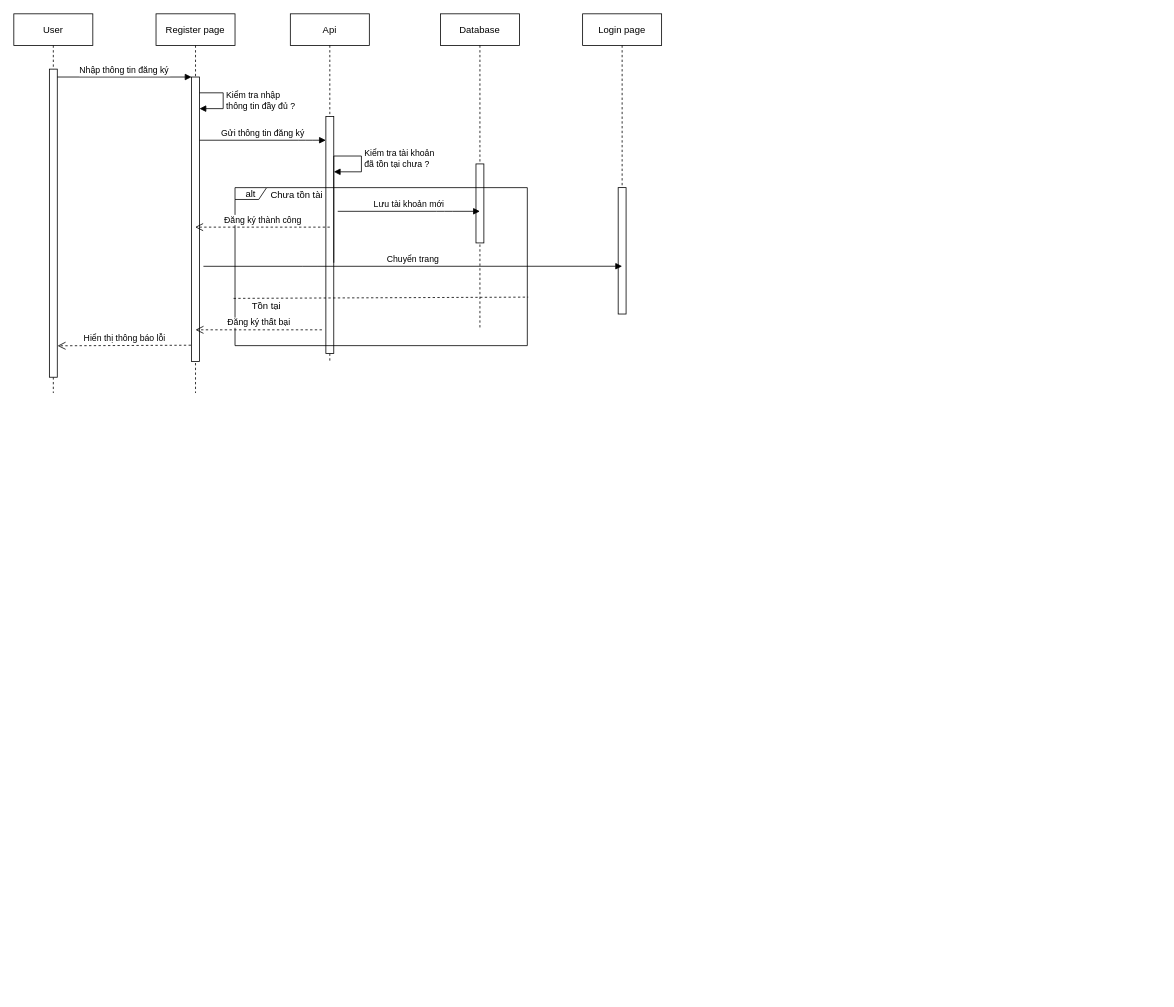
Before: Use-case/squence-diagram-register.drawio in thanhhuydev77/ErrorMonitoring_Doc, a draw.io diagram. Source tidied: cells renumbered, new cells numbered last; positions are measured from the earlier drawing's top-left corner, leaving out a move shared by most shapes. Both pictures are drawn from the tidied source at 79%, with x=0, y=0 at pixel (13, 13).
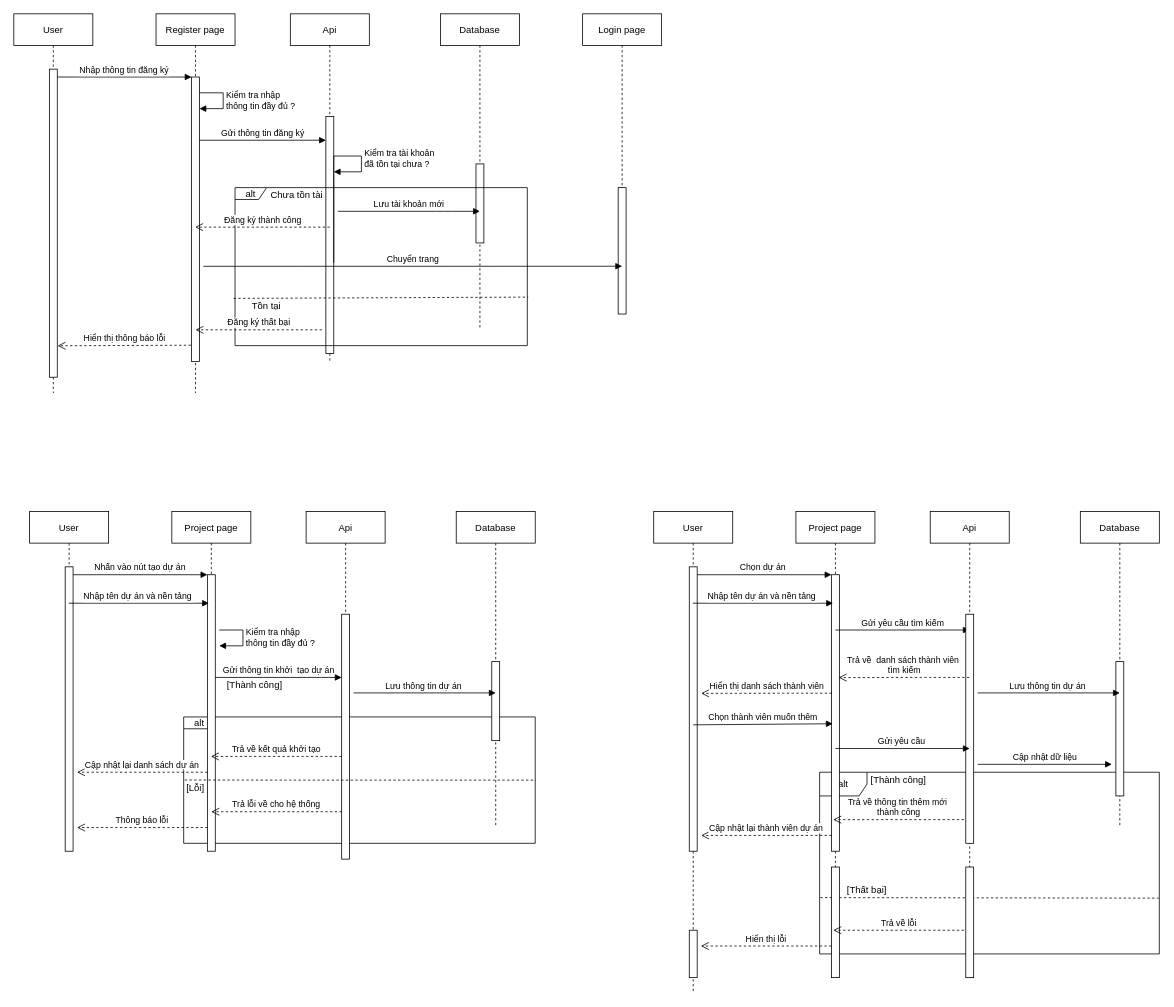
The same page after the edit.

What changed in the source:
```diff
@@
+    <mxCell id="25" value="alt" style="shape=umlFrame;whiteSpace=wrap;html=1;" parent="1" vertex="1">
+      <mxGeometry x="1020" y="960" width="430" height="230" as="geometry" />
+    </mxCell>
+    <mxCell id="26" value="alt" style="shape=umlFrame;whiteSpace=wrap;html=1;width=40;height=15;" parent="1" vertex="1">
+      <mxGeometry x="215" y="890" width="445" height="160" as="geometry" />
+    </mxCell>
@@
+    <mxCell id="27" value="User" style="shape=umlLifeline;perimeter=lifelinePerimeter;rounded=0;shadow=0;strokeWidth=1;" parent="1" vertex="1">
+      <mxGeometry x="20" y="630" width="100" height="430" as="geometry" />
+    </mxCell>
+    <mxCell id="28" style="points=[];perimeter=orthogonalPerimeter;rounded=0;shadow=0;strokeWidth=1;" parent="27" vertex="1">
+      <mxGeometry x="45" y="70" width="10" height="360" as="geometry" />
+    </mxCell>
+    <mxCell id="29" value="Project page" style="shape=umlLifeline;perimeter=lifelinePerimeter;rounded=0;shadow=0;strokeWidth=1;" parent="1" vertex="1">
+      <mxGeometry x="200" y="630" width="100" height="430" as="geometry" />
+    </mxCell>
+    <mxCell id="30" style="points=[];perimeter=orthogonalPerimeter;rounded=0;shadow=0;strokeWidth=1;" parent="29" vertex="1">
+      <mxGeometry x="45" y="80" width="10" height="350" as="geometry" />
+    </mxCell>
+    <mxCell id="31" value="Nhấn vào nút tạo dự án" style="verticalAlign=bottom;endArrow=block;entryX=0;entryY=0;shadow=0;strokeWidth=1;" parent="1" edge="1" source="28" target="30">
+      <mxGeometry relative="1" as="geometry" />
+    </mxCell>
+    <mxCell id="32" value="Api" style="shape=umlLifeline;perimeter=lifelinePerimeter;rounded=0;shadow=0;strokeWidth=1;" parent="1" vertex="1">
+      <mxGeometry x="370" y="630" width="100" height="440" as="geometry" />
+    </mxCell>
+    <mxCell id="33" style="points=[];perimeter=orthogonalPerimeter;rounded=0;shadow=0;strokeWidth=1;" parent="32" vertex="1">
+      <mxGeometry x="45" y="130" width="10" height="310" as="geometry" />
+    </mxCell>
+    <mxCell id="34" value="Database" style="shape=umlLifeline;perimeter=lifelinePerimeter;rounded=0;shadow=0;strokeWidth=1;" parent="1" vertex="1">
+      <mxGeometry x="560" y="630" width="100" height="400" as="geometry" />
+    </mxCell>
+    <mxCell id="35" style="perimeter=orthogonalPerimeter;rounded=0;shadow=0;strokeWidth=1;" parent="34" vertex="1">
+      <mxGeometry x="45" y="190" width="10" height="100" as="geometry" />
+    </mxCell>
+    <mxCell id="36" value="Kiểm tra nhập&amp;nbsp;&lt;br&gt;thông tin đầy đủ ?" style="edgeStyle=orthogonalEdgeStyle;html=1;align=left;spacingLeft=2;endArrow=block;rounded=0;entryX=1;entryY=0;" parent="1" edge="1">
+      <mxGeometry relative="1" as="geometry">
+        <mxPoint x="260" y="780" as="sourcePoint" />
+        <mxPoint x="260" y="800" as="targetPoint" />
+        <Array as="points">
+          <mxPoint x="290" y="780" />
+        </Array>
+      </mxGeometry>
+    </mxCell>
+    <mxCell id="37" value="Gửi thông tin khởi&amp;nbsp; tạo dự án" style="html=1;verticalAlign=bottom;endArrow=block;" parent="1" edge="1" source="30" target="33">
+      <mxGeometry relative="1" as="geometry">
+        <Array as="points">
+          <mxPoint x="360" y="840" />
+          <mxPoint x="390" y="840" />
+        </Array>
+      </mxGeometry>
+    </mxCell>
+    <mxCell id="38" value="Lưu thông tin dự án&amp;nbsp;" style="html=1;verticalAlign=bottom;endArrow=block;" parent="1" edge="1">
+      <mxGeometry relative="1" as="geometry">
+        <mxPoint x="430" y="859.6" as="sourcePoint" />
+        <mxPoint x="610" y="859.6" as="targetPoint" />
+        <Array as="points">
+          <mxPoint x="565" y="859.6" />
+        </Array>
+      </mxGeometry>
+    </mxCell>
+    <mxCell id="39" value="Trả về kết quả khởi tạo" style="html=1;verticalAlign=bottom;endArrow=open;dashed=1;endSize=8;" parent="1" edge="1" source="33" target="29">
+      <mxGeometry relative="1" as="geometry">
+        <Array as="points">
+          <mxPoint x="360" y="940" />
+        </Array>
+      </mxGeometry>
+    </mxCell>
+    <mxCell id="40" style="endArrow=none;dashed=1;html=1;exitX=0.003;exitY=0.499;exitDx=0;exitDy=0;exitPerimeter=0;" parent="1" edge="1" source="26">
+      <mxGeometry relative="1" as="geometry">
+        <mxPoint x="661" y="970" as="targetPoint" />
+        <Array as="points">
+          <mxPoint x="340" y="970" />
+        </Array>
+      </mxGeometry>
+    </mxCell>
+    <mxCell id="41" value="Nhập tên dự án và nền tảng " style="verticalAlign=bottom;endArrow=block;entryX=0.2;entryY=0.103;shadow=0;strokeWidth=1;entryDx=0;entryDy=0;entryPerimeter=0;" parent="1" edge="1" source="27" target="30">
+      <mxGeometry relative="1" as="geometry" />
+    </mxCell>
+    <mxCell id="42" value="[Thành công]" style="text;html=1;strokeColor=none;fillColor=none;align=center;verticalAlign=middle;whiteSpace=wrap;rounded=0;" parent="1" vertex="1">
+      <mxGeometry x="250" y="840" width="110" height="20" as="geometry" />
+    </mxCell>
+    <mxCell id="43" value="[Lỗi]" style="text;html=1;strokeColor=none;fillColor=none;align=center;verticalAlign=middle;whiteSpace=wrap;rounded=0;" parent="1" vertex="1">
+      <mxGeometry x="175" y="970" width="110" height="20" as="geometry" />
+    </mxCell>
+    <mxCell id="44" value="Cập nhật lại danh sách dự án" style="html=1;verticalAlign=bottom;endArrow=open;dashed=1;endSize=8;" parent="1" edge="1">
+      <mxGeometry relative="1" as="geometry">
+        <mxPoint x="245.3" y="960" as="sourcePoint" />
+        <mxPoint x="80" y="960" as="targetPoint" />
+        <Array as="points">
+          <mxPoint x="190.3" y="960" />
+        </Array>
+      </mxGeometry>
+    </mxCell>
+    <mxCell id="45" value="Trả lỗi về cho hệ thống" style="html=1;verticalAlign=bottom;endArrow=open;dashed=1;endSize=8;" parent="1" edge="1">
+      <mxGeometry relative="1" as="geometry">
+        <mxPoint x="415.3" y="1010" as="sourcePoint" />
+        <mxPoint x="250" y="1010" as="targetPoint" />
+        <Array as="points">
+          <mxPoint x="360.3" y="1010" />
+        </Array>
+      </mxGeometry>
+    </mxCell>
+    <mxCell id="46" value="Thông báo lỗi" style="html=1;verticalAlign=bottom;endArrow=open;dashed=1;endSize=8;" parent="1" edge="1">
+      <mxGeometry relative="1" as="geometry">
+        <mxPoint x="245.3" y="1030" as="sourcePoint" />
+        <mxPoint x="80" y="1030" as="targetPoint" />
+        <Array as="points">
+          <mxPoint x="190.3" y="1030" />
+        </Array>
+      </mxGeometry>
+    </mxCell>
+    <mxCell id="47" value="User" style="shape=umlLifeline;perimeter=lifelinePerimeter;rounded=0;shadow=0;strokeWidth=1;" parent="1" vertex="1">
+      <mxGeometry x="810" y="630" width="100" height="610" as="geometry" />
+    </mxCell>
+    <mxCell id="48" style="points=[];perimeter=orthogonalPerimeter;rounded=0;shadow=0;strokeWidth=1;" parent="47" vertex="1">
+      <mxGeometry x="45" y="70" width="10" height="360" as="geometry" />
+    </mxCell>
+    <mxCell id="49" style="html=1;perimeter=orthogonalPerimeter;" parent="47" vertex="1">
+      <mxGeometry x="45" y="530" width="10" height="60" as="geometry" />
+    </mxCell>
+    <mxCell id="50" value="Project page" style="shape=umlLifeline;perimeter=lifelinePerimeter;rounded=0;shadow=0;strokeWidth=1;" parent="1" vertex="1">
+      <mxGeometry x="990" y="630" width="100" height="530" as="geometry" />
+    </mxCell>
+    <mxCell id="51" style="points=[];perimeter=orthogonalPerimeter;rounded=0;shadow=0;strokeWidth=1;" parent="50" vertex="1">
+      <mxGeometry x="45" y="80" width="10" height="350" as="geometry" />
+    </mxCell>
+    <mxCell id="52" value="Gửi yêu cầu tìm kiếm" style="html=1;verticalAlign=bottom;endArrow=block;" parent="50" edge="1">
+      <mxGeometry relative="1" as="geometry">
+        <mxPoint x="50" y="150" as="sourcePoint" />
+        <mxPoint x="220" y="150" as="targetPoint" />
+      </mxGeometry>
+    </mxCell>
+    <mxCell id="53" value="Chọn dự án " style="verticalAlign=bottom;endArrow=block;entryX=0;entryY=0;shadow=0;strokeWidth=1;" parent="1" edge="1" source="48" target="51">
+      <mxGeometry relative="1" as="geometry" />
+    </mxCell>
+    <mxCell id="54" value="Api" style="shape=umlLifeline;perimeter=lifelinePerimeter;rounded=0;shadow=0;strokeWidth=1;" parent="1" vertex="1">
+      <mxGeometry x="1160" y="630" width="100" height="530" as="geometry" />
+    </mxCell>
+    <mxCell id="55" style="perimeter=orthogonalPerimeter;rounded=0;shadow=0;strokeWidth=1;" parent="54" vertex="1">
+      <mxGeometry x="45" y="130" width="10" height="290" as="geometry" />
+    </mxCell>
+    <mxCell id="56" value="Database" style="shape=umlLifeline;perimeter=lifelinePerimeter;rounded=0;shadow=0;strokeWidth=1;" parent="1" vertex="1">
+      <mxGeometry x="1350" y="630" width="100" height="400" as="geometry" />
+    </mxCell>
+    <mxCell id="57" style="perimeter=orthogonalPerimeter;rounded=0;shadow=0;strokeWidth=1;" parent="56" vertex="1">
+      <mxGeometry x="45" y="190" width="10" height="170" as="geometry" />
+    </mxCell>
+    <mxCell id="58" value="Lưu thông tin dự án&amp;nbsp;" style="html=1;verticalAlign=bottom;endArrow=block;" parent="1" edge="1">
+      <mxGeometry relative="1" as="geometry">
+        <mxPoint x="1220" y="859.6" as="sourcePoint" />
+        <mxPoint x="1400" y="859.6" as="targetPoint" />
+        <Array as="points">
+          <mxPoint x="1355" y="859.6" />
+        </Array>
+      </mxGeometry>
+    </mxCell>
+    <mxCell id="59" value="Nhập tên dự án và nền tảng " style="verticalAlign=bottom;endArrow=block;entryX=0.2;entryY=0.103;shadow=0;strokeWidth=1;entryDx=0;entryDy=0;entryPerimeter=0;" parent="1" edge="1" source="47" target="51">
+      <mxGeometry relative="1" as="geometry" />
+    </mxCell>
+    <mxCell id="60" value="Trả về thông tin thêm mới&amp;nbsp;&lt;br&gt;thành công" style="html=1;verticalAlign=bottom;endArrow=open;dashed=1;endSize=8;" parent="1" edge="1">
+      <mxGeometry relative="1" as="geometry">
+        <mxPoint x="1202.7" y="1020" as="sourcePoint" />
+        <mxPoint x="1037.3" y="1020" as="targetPoint" />
+        <Array as="points">
+          <mxPoint x="1147.7" y="1020" />
+        </Array>
+      </mxGeometry>
+    </mxCell>
+    <mxCell id="61" value="Cập nhật lại thành viên dự án" style="html=1;verticalAlign=bottom;endArrow=open;dashed=1;endSize=8;" parent="1" edge="1">
+      <mxGeometry relative="1" as="geometry">
+        <mxPoint x="1035.3" y="1040" as="sourcePoint" />
+        <mxPoint x="870" y="1040" as="targetPoint" />
+        <Array as="points">
+          <mxPoint x="980.3" y="1040" />
+        </Array>
+      </mxGeometry>
+    </mxCell>
+    <mxCell id="62" value="Trả về&amp;nbsp; danh sách thành viên&amp;nbsp;&lt;br&gt;tìm kiếm" style="html=1;verticalAlign=bottom;endArrow=open;dashed=1;endSize=8;entryX=0.905;entryY=0.372;entryDx=0;entryDy=0;entryPerimeter=0;" parent="1" edge="1" source="54" target="51">
+      <mxGeometry relative="1" as="geometry">
+        <Array as="points">
+          <mxPoint x="1150" y="840" />
+        </Array>
+      </mxGeometry>
+    </mxCell>
+    <mxCell id="63" value="Hiển thị danh sách thành viên" style="html=1;verticalAlign=bottom;endArrow=open;dashed=1;endSize=8;entryX=0.905;entryY=0.372;entryDx=0;entryDy=0;entryPerimeter=0;" parent="1" edge="1">
+      <mxGeometry relative="1" as="geometry">
+        <mxPoint x="1035.5" y="860" as="sourcePoint" />
+        <mxPoint x="870" y="860.2" as="targetPoint" />
+        <Array as="points">
+          <mxPoint x="976" y="860" />
+        </Array>
+      </mxGeometry>
+    </mxCell>
+    <mxCell id="64" value="Chọn thành viên muốn thêm" style="html=1;verticalAlign=bottom;endArrow=block;entryX=0.155;entryY=0.539;entryDx=0;entryDy=0;entryPerimeter=0;" parent="1" edge="1" target="51">
+      <mxGeometry relative="1" as="geometry">
+        <mxPoint x="860" y="900" as="sourcePoint" />
+      </mxGeometry>
+    </mxCell>
+    <mxCell id="65" value="Gửi yêu cầu&amp;nbsp;" style="html=1;verticalAlign=bottom;endArrow=block;" parent="1" edge="1">
+      <mxGeometry relative="1" as="geometry">
+        <mxPoint x="1040" y="930" as="sourcePoint" />
+        <mxPoint x="1210" y="930" as="targetPoint" />
+      </mxGeometry>
+    </mxCell>
+    <mxCell id="66" value="Cập nhật dữ liệu" style="html=1;verticalAlign=bottom;endArrow=block;" parent="1" edge="1">
+      <mxGeometry relative="1" as="geometry">
+        <mxPoint x="1220" y="950" as="sourcePoint" />
+        <mxPoint x="1390" y="950" as="targetPoint" />
+      </mxGeometry>
+    </mxCell>
+    <mxCell id="67" value="[Thành công]" style="text;html=1;strokeColor=none;fillColor=none;align=center;verticalAlign=middle;whiteSpace=wrap;rounded=0;" parent="1" vertex="1">
+      <mxGeometry x="1080" y="960" width="80" height="20" as="geometry" />
+    </mxCell>
+    <mxCell id="68" style="endArrow=none;dashed=1;html=1;entryX=0.998;entryY=0.693;entryDx=0;entryDy=0;entryPerimeter=0;exitX=0.002;exitY=0.69;exitDx=0;exitDy=0;exitPerimeter=0;" parent="1" edge="1" source="25" target="25">
+      <mxGeometry relative="1" as="geometry" />
+    </mxCell>
+    <mxCell id="69" value="[Thất bại]" style="text;html=1;strokeColor=none;fillColor=none;align=center;verticalAlign=middle;whiteSpace=wrap;rounded=0;" parent="1" vertex="1">
+      <mxGeometry x="1040" y="1100" width="80" height="20" as="geometry" />
+    </mxCell>
+    <mxCell id="70" style="html=1;perimeter=orthogonalPerimeter;" parent="1" vertex="1">
+      <mxGeometry x="1035" y="1080" width="10" height="140" as="geometry" />
+    </mxCell>
+    <mxCell id="71" style="html=1;perimeter=orthogonalPerimeter;" parent="1" vertex="1">
+      <mxGeometry x="1205" y="1080" width="10" height="140" as="geometry" />
+    </mxCell>
+    <mxCell id="72" value="Trả về lỗi" style="html=1;verticalAlign=bottom;endArrow=open;dashed=1;endSize=8;" parent="1" edge="1">
+      <mxGeometry relative="1" as="geometry">
+        <mxPoint x="1202.7" y="1160" as="sourcePoint" />
+        <mxPoint x="1037.3" y="1160" as="targetPoint" />
+        <Array as="points">
+          <mxPoint x="1147.7" y="1160" />
+        </Array>
+      </mxGeometry>
+    </mxCell>
+    <mxCell id="73" value="Hiển thị lỗi" style="html=1;verticalAlign=bottom;endArrow=open;dashed=1;endSize=8;" parent="1" edge="1">
+      <mxGeometry relative="1" as="geometry">
+        <mxPoint x="1035" y="1180" as="sourcePoint" />
+        <mxPoint x="869.7" y="1180" as="targetPoint" />
+        <Array as="points">
+          <mxPoint x="980" y="1180" />
+        </Array>
+      </mxGeometry>
+    </mxCell>
```
